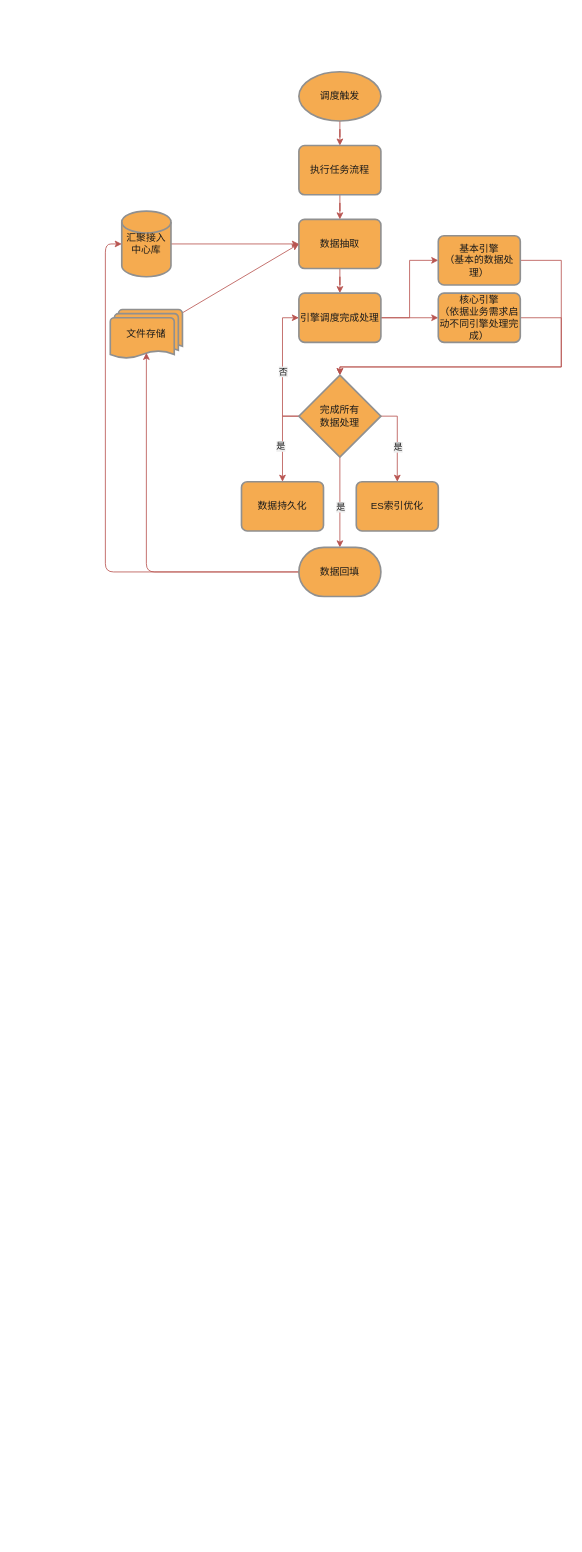
Above: zyyt/引擎工作流程图.drawio in arno-yu/diagrams (draw.io), before the change. Source tidied: cells renumbered, new cells numbered last; positions are measured from the earlier drawing's top-left corner, leaving out a move shared by most shapes. Both pictures are drawn from the tidied source at 82%, with x=0, y=0 at pixel (110, 71).
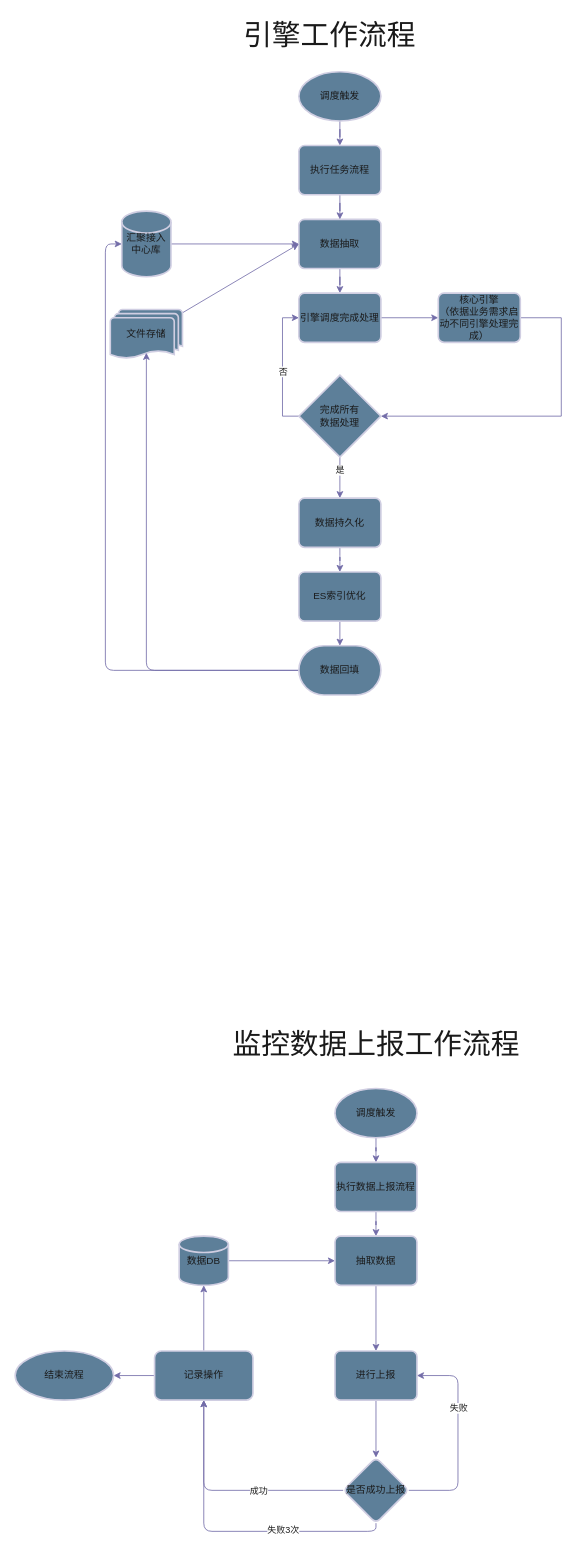
Above is the later version.

Commit message:
Update 引擎工作流程图.drawio

The edit, as a diff of the source:
```diff
@@
-    <mxCell id="2" style="edgeStyle=orthogonalEdgeStyle;rounded=0;jettySize=auto;html=1;entryX=0.5;entryY=0;entryDx=0;entryDy=0;strokeColor=#b85450;fontColor=#1A1A1A;labelBackgroundColor=#EEEEEE;gradientColor=#ea6b66;fillColor=#f8cecc;" parent="1" edge="1" source="3" target="12">
+    <mxCell id="2" style="edgeStyle=orthogonalEdgeStyle;rounded=0;jettySize=auto;html=1;entryX=0.5;entryY=0;entryDx=0;entryDy=0;strokeColor=#736CA8;fontColor=#1A1A1A;" parent="1" edge="1" source="3" target="12">
       <mxGeometry relative="1" as="geometry" />
     </mxCell>
-    <mxCell id="3" value="数据抽取" style="rounded=1;whiteSpace=wrap;html=1;absoluteArcSize=1;arcSize=14;strokeWidth=2;fillColor=#F5AB50;strokeColor=#909090;fontColor=#1A1A1A;" parent="1" vertex="1">
+    <mxCell id="3" value="数据抽取" style="rounded=1;whiteSpace=wrap;html=1;absoluteArcSize=1;arcSize=14;strokeWidth=2;fillColor=#5D7F99;strokeColor=#D0CEE2;fontColor=#1A1A1A;" parent="1" vertex="1">
       <mxGeometry x="230" y="180" width="100" height="60" as="geometry" />
     </mxCell>
-    <mxCell id="4" style="edgeStyle=none;rounded=1;sketch=0;jettySize=auto;html=1;fontColor=#1A1A1A;strokeColor=#b85450;gradientColor=#ea6b66;fillColor=#f8cecc;" parent="1" edge="1" source="5" target="3">
+    <mxCell id="4" style="edgeStyle=none;rounded=1;sketch=0;jettySize=auto;html=1;fontColor=#1A1A1A;strokeColor=#736CA8;" parent="1" edge="1" source="5" target="3">
       <mxGeometry relative="1" as="geometry" />
     </mxCell>
-    <mxCell id="5" value="汇聚接入中心库" style="strokeWidth=2;html=1;shape=mxgraph.flowchart.database;whiteSpace=wrap;fillColor=#F5AB50;strokeColor=#909090;fontColor=#1A1A1A;" parent="1" vertex="1">
+    <mxCell id="5" value="汇聚接入中心库" style="strokeWidth=2;html=1;shape=mxgraph.flowchart.database;whiteSpace=wrap;fillColor=#5D7F99;strokeColor=#D0CEE2;fontColor=#1A1A1A;" parent="1" vertex="1">
       <mxGeometry x="14" y="170" width="60" height="80" as="geometry" />
     </mxCell>
-    <mxCell id="6" style="edgeStyle=none;rounded=1;sketch=0;jettySize=auto;html=1;entryX=0;entryY=0.5;entryDx=0;entryDy=0;fontColor=#1A1A1A;strokeColor=#b85450;gradientColor=#ea6b66;fillColor=#f8cecc;" parent="1" edge="1" source="7" target="3">
+    <mxCell id="6" style="edgeStyle=none;rounded=1;sketch=0;jettySize=auto;html=1;entryX=0;entryY=0.5;entryDx=0;entryDy=0;fontColor=#1A1A1A;strokeColor=#736CA8;" parent="1" edge="1" source="7" target="3">
       <mxGeometry relative="1" as="geometry" />
     </mxCell>
-    <mxCell id="7" value="文件存储" style="strokeWidth=2;html=1;shape=mxgraph.flowchart.multi-document;whiteSpace=wrap;fillColor=#F5AB50;strokeColor=#909090;fontColor=#1A1A1A;" parent="1" vertex="1">
+    <mxCell id="7" value="文件存储" style="strokeWidth=2;html=1;shape=mxgraph.flowchart.multi-document;whiteSpace=wrap;fillColor=#5D7F99;strokeColor=#D0CEE2;fontColor=#1A1A1A;" parent="1" vertex="1">
       <mxGeometry y="290" width="88" height="60" as="geometry" />
     </mxCell>
-    <mxCell id="8" style="edgeStyle=orthogonalEdgeStyle;rounded=0;jettySize=auto;html=1;strokeColor=#b85450;fontColor=#1A1A1A;labelBackgroundColor=#EEEEEE;gradientColor=#ea6b66;fillColor=#f8cecc;" parent="1" edge="1" source="9" target="14">
+    <mxCell id="8" style="edgeStyle=orthogonalEdgeStyle;rounded=0;jettySize=auto;html=1;strokeColor=#736CA8;fontColor=#1A1A1A;" parent="1" edge="1" source="9" target="14">
       <mxGeometry relative="1" as="geometry" />
     </mxCell>
-    <mxCell id="9" value="&lt;span&gt;调度触发&lt;/span&gt;" style="strokeWidth=2;html=1;shape=mxgraph.flowchart.start_1;whiteSpace=wrap;fillColor=#F5AB50;strokeColor=#909090;fontColor=#1A1A1A;" parent="1" vertex="1">
+    <mxCell id="9" value="&lt;span&gt;调度触发&lt;/span&gt;" style="strokeWidth=2;html=1;shape=mxgraph.flowchart.start_1;whiteSpace=wrap;fillColor=#5D7F99;strokeColor=#D0CEE2;fontColor=#1A1A1A;" parent="1" vertex="1">
       <mxGeometry x="230" width="100" height="60" as="geometry" />
     </mxCell>
-    <mxCell id="10" style="edgeStyle=orthogonalEdgeStyle;rounded=0;jettySize=auto;html=1;strokeColor=#b85450;fontColor=#1A1A1A;labelBackgroundColor=#EEEEEE;gradientColor=#ea6b66;fillColor=#f8cecc;" parent="1" edge="1" source="12" target="18">
+    <mxCell id="10" style="edgeStyle=orthogonalEdgeStyle;rounded=0;jettySize=auto;html=1;strokeColor=#736CA8;fontColor=#1A1A1A;" parent="1" edge="1" source="12" target="18">
       <mxGeometry relative="1" as="geometry" />
     </mxCell>
-    <mxCell id="11" style="edgeStyle=orthogonalEdgeStyle;rounded=0;jettySize=auto;html=1;entryX=0;entryY=0.5;entryDx=0;entryDy=0;strokeColor=#b85450;fontColor=#1A1A1A;labelBackgroundColor=#EEEEEE;gradientColor=#ea6b66;fillColor=#f8cecc;" parent="1" edge="1" source="12" target="16">
-      <mxGeometry relative="1" as="geometry" />
-    </mxCell>
-    <mxCell id="12" value="引擎调度完成处理" style="rounded=1;whiteSpace=wrap;html=1;absoluteArcSize=1;arcSize=14;strokeWidth=2;fillColor=#F5AB50;strokeColor=#909090;fontColor=#1A1A1A;" parent="1" vertex="1">
+    <mxCell id="12" value="引擎调度完成处理" style="rounded=1;whiteSpace=wrap;html=1;absoluteArcSize=1;arcSize=14;strokeWidth=2;fillColor=#5D7F99;strokeColor=#D0CEE2;fontColor=#1A1A1A;" parent="1" vertex="1">
       <mxGeometry x="230" y="270" width="100" height="60" as="geometry" />
     </mxCell>
-    <mxCell id="13" style="edgeStyle=orthogonalEdgeStyle;rounded=0;jettySize=auto;html=1;strokeColor=#b85450;fontColor=#1A1A1A;labelBackgroundColor=#EEEEEE;gradientColor=#ea6b66;fillColor=#f8cecc;" parent="1" edge="1" source="14" target="3">
+    <mxCell id="13" style="edgeStyle=orthogonalEdgeStyle;rounded=0;jettySize=auto;html=1;strokeColor=#736CA8;fontColor=#1A1A1A;" parent="1" edge="1" source="14" target="3">
       <mxGeometry relative="1" as="geometry" />
     </mxCell>
-    <mxCell id="14" value="执行任务流程" style="rounded=1;whiteSpace=wrap;html=1;absoluteArcSize=1;arcSize=14;strokeWidth=2;fillColor=#F5AB50;strokeColor=#909090;fontColor=#1A1A1A;" parent="1" vertex="1">
+    <mxCell id="14" value="执行任务流程" style="rounded=1;whiteSpace=wrap;html=1;absoluteArcSize=1;arcSize=14;strokeWidth=2;fillColor=#5D7F99;strokeColor=#D0CEE2;fontColor=#1A1A1A;" parent="1" vertex="1">
       <mxGeometry x="230" y="90" width="100" height="60" as="geometry" />
     </mxCell>
-    <mxCell id="15" style="edgeStyle=orthogonalEdgeStyle;rounded=0;jettySize=auto;html=1;strokeColor=#b85450;fontColor=#1A1A1A;labelBackgroundColor=#EEEEEE;fillColor=#f8cecc;gradientColor=#ea6b66;" parent="1" edge="1" source="16" target="27">
-      <mxGeometry relative="1" as="geometry">
-        <Array as="points">
-          <mxPoint x="550" y="230" />
-          <mxPoint x="550" y="360" />
-          <mxPoint x="280" y="360" />
-        </Array>
-      </mxGeometry>
-    </mxCell>
-    <mxCell id="16" value="基本引擎&lt;br&gt;（基本的数据处理）&lt;br&gt;" style="rounded=1;whiteSpace=wrap;html=1;absoluteArcSize=1;arcSize=14;strokeWidth=2;fillColor=#F5AB50;strokeColor=#909090;fontColor=#1A1A1A;" parent="1" vertex="1">
-      <mxGeometry x="400" y="200" width="100" height="60" as="geometry" />
-    </mxCell>
-    <mxCell id="17" style="edgeStyle=orthogonalEdgeStyle;rounded=0;jettySize=auto;html=1;entryX=0.5;entryY=0;entryDx=0;entryDy=0;entryPerimeter=0;strokeColor=#b85450;fontColor=#1A1A1A;labelBackgroundColor=#EEEEEE;gradientColor=#ea6b66;fillColor=#f8cecc;" parent="1" edge="1" source="18" target="27">
+    <mxCell id="17" style="edgeStyle=orthogonalEdgeStyle;rounded=0;jettySize=auto;html=1;entryX=1;entryY=0.5;entryDx=0;entryDy=0;entryPerimeter=0;strokeColor=#736CA8;fontColor=#1A1A1A;" parent="1" edge="1" source="18" target="27">
       <mxGeometry relative="1" as="geometry">
         <Array as="points">
           <mxPoint x="550" y="300" />
-          <mxPoint x="550" y="360" />
-          <mxPoint x="280" y="360" />
+          <mxPoint x="550" y="420" />
         </Array>
       </mxGeometry>
     </mxCell>
-    <mxCell id="18" value="核心引擎&lt;br&gt;（依据业务需求启动不同引擎处理完成）&lt;br&gt;" style="rounded=1;whiteSpace=wrap;html=1;absoluteArcSize=1;arcSize=14;strokeWidth=2;fillColor=#F5AB50;strokeColor=#909090;fontColor=#1A1A1A;" parent="1" vertex="1">
+    <mxCell id="18" value="核心引擎&lt;br&gt;（依据业务需求启动不同引擎处理完成）&lt;br&gt;" style="rounded=1;whiteSpace=wrap;html=1;absoluteArcSize=1;arcSize=14;strokeWidth=2;fillColor=#5D7F99;strokeColor=#D0CEE2;fontColor=#1A1A1A;" parent="1" vertex="1">
       <mxGeometry x="400" y="270" width="100" height="60" as="geometry" />
     </mxCell>
-    <mxCell id="19" style="edgeStyle=orthogonalEdgeStyle;rounded=0;jettySize=auto;html=1;entryX=0.5;entryY=0;entryDx=0;entryDy=0;entryPerimeter=0;strokeColor=#b85450;fontColor=#1A1A1A;labelBackgroundColor=#EEEEEE;gradientColor=#ea6b66;fillColor=#f8cecc;" parent="1" edge="1" source="27" target="30">
-      <mxGeometry relative="1" as="geometry" />
-    </mxCell>
-    <mxCell id="20" value="是" style="edgeLabel;html=1;align=center;verticalAlign=middle;fontColor=#1A1A1A;labelBackgroundColor=#EEEEEE;" parent="19" vertex="1">
-      <mxGeometry x="0.09" relative="1" as="geometry" />
-    </mxCell>
-    <mxCell id="21" style="edgeStyle=orthogonalEdgeStyle;rounded=0;jettySize=auto;html=1;exitX=1;exitY=0.5;exitDx=0;exitDy=0;exitPerimeter=0;entryX=0.5;entryY=0;entryDx=0;entryDy=0;strokeColor=#b85450;fontColor=#1A1A1A;labelBackgroundColor=#EEEEEE;gradientColor=#ea6b66;fillColor=#f8cecc;" parent="1" edge="1" source="27" target="32">
-      <mxGeometry relative="1" as="geometry" />
-    </mxCell>
-    <mxCell id="22" value="是" style="edgeLabel;html=1;align=center;verticalAlign=middle;fontColor=#1A1A1A;labelBackgroundColor=#EEEEEE;" parent="21" vertex="1">
-      <mxGeometry x="0.14" relative="1" as="geometry" />
-    </mxCell>
-    <mxCell id="23" style="edgeStyle=orthogonalEdgeStyle;rounded=0;jettySize=auto;html=1;exitX=0;exitY=0.5;exitDx=0;exitDy=0;exitPerimeter=0;entryX=0.5;entryY=0;entryDx=0;entryDy=0;strokeColor=#b85450;fontColor=#1A1A1A;labelBackgroundColor=#EEEEEE;gradientColor=#ea6b66;fillColor=#f8cecc;" parent="1" edge="1" source="27" target="31">
+    <mxCell id="23" style="edgeStyle=orthogonalEdgeStyle;rounded=0;jettySize=auto;html=1;exitX=0.5;exitY=1;exitDx=0;exitDy=0;exitPerimeter=0;entryX=0.5;entryY=0;entryDx=0;entryDy=0;strokeColor=#736CA8;fontColor=#1A1A1A;" parent="1" edge="1" source="27" target="31">
       <mxGeometry relative="1" as="geometry" />
     </mxCell>
-    <mxCell id="24" value="是" style="edgeLabel;html=1;align=center;verticalAlign=middle;fontColor=#1A1A1A;labelBackgroundColor=#EEEEEE;" parent="23" vertex="1">
-      <mxGeometry x="0.12" y="-3" relative="1" as="geometry" />
-    </mxCell>
+    <mxCell id="33" value="是" style="edgeLabel;html=1;align=center;verticalAlign=middle;fontColor=#1A1A1A;" parent="23" vertex="1">
+      <mxGeometry x="-0.4" y="-1" relative="1" as="geometry" />
+    </mxCell>
-    <mxCell id="25" style="edgeStyle=orthogonalEdgeStyle;rounded=0;jettySize=auto;html=1;entryX=0;entryY=0.5;entryDx=0;entryDy=0;exitX=0;exitY=0.5;exitDx=0;exitDy=0;exitPerimeter=0;strokeColor=#b85450;fontColor=#1A1A1A;labelBackgroundColor=#EEEEEE;gradientColor=#ea6b66;fillColor=#f8cecc;" parent="1" edge="1" source="27" target="12">
+    <mxCell id="25" style="edgeStyle=orthogonalEdgeStyle;rounded=0;jettySize=auto;html=1;entryX=0;entryY=0.5;entryDx=0;entryDy=0;exitX=0;exitY=0.5;exitDx=0;exitDy=0;exitPerimeter=0;strokeColor=#736CA8;fontColor=#1A1A1A;" parent="1" edge="1" source="27" target="12">
       <mxGeometry relative="1" as="geometry" />
     </mxCell>
-    <mxCell id="26" value="否" style="edgeLabel;html=1;align=center;verticalAlign=middle;fontColor=#1A1A1A;labelBackgroundColor=#EEEEEE;" parent="25" vertex="1">
+    <mxCell id="26" value="否" style="edgeLabel;html=1;align=center;verticalAlign=middle;fontColor=#1A1A1A;" parent="25" vertex="1">
       <mxGeometry x="-0.06" relative="1" as="geometry" />
     </mxCell>
-    <mxCell id="27" value="完成所有&lt;br&gt;数据处理" style="strokeWidth=2;html=1;shape=mxgraph.flowchart.decision;whiteSpace=wrap;fillColor=#F5AB50;strokeColor=#909090;fontColor=#1A1A1A;" parent="1" vertex="1">
+    <mxCell id="27" value="完成所有&lt;br&gt;数据处理" style="strokeWidth=2;html=1;shape=mxgraph.flowchart.decision;whiteSpace=wrap;fillColor=#5D7F99;strokeColor=#D0CEE2;fontColor=#1A1A1A;" parent="1" vertex="1">
       <mxGeometry x="230" y="370" width="100" height="100" as="geometry" />
     </mxCell>
-    <mxCell id="28" style="edgeStyle=orthogonalEdgeStyle;rounded=1;sketch=0;jettySize=auto;html=1;entryX=0.5;entryY=0.88;entryDx=0;entryDy=0;entryPerimeter=0;fontColor=#1A1A1A;strokeColor=#b85450;gradientColor=#ea6b66;fillColor=#f8cecc;" parent="1" edge="1" source="30" target="7">
+    <mxCell id="28" style="edgeStyle=orthogonalEdgeStyle;rounded=1;sketch=0;jettySize=auto;html=1;entryX=0.5;entryY=0.88;entryDx=0;entryDy=0;entryPerimeter=0;fontColor=#1A1A1A;strokeColor=#736CA8;" parent="1" edge="1" source="30" target="7">
       <mxGeometry relative="1" as="geometry" />
     </mxCell>
-    <mxCell id="29" style="edgeStyle=orthogonalEdgeStyle;rounded=1;sketch=0;jettySize=auto;html=1;entryX=0;entryY=0.5;entryDx=0;entryDy=0;entryPerimeter=0;fontColor=#1A1A1A;strokeColor=#b85450;gradientColor=#ea6b66;fillColor=#f8cecc;" parent="1" edge="1" source="30" target="5">
+    <mxCell id="29" style="edgeStyle=orthogonalEdgeStyle;rounded=1;sketch=0;jettySize=auto;html=1;entryX=0;entryY=0.5;entryDx=0;entryDy=0;entryPerimeter=0;fontColor=#1A1A1A;strokeColor=#736CA8;" parent="1" edge="1" source="30" target="5">
       <mxGeometry relative="1" as="geometry" />
     </mxCell>
-    <mxCell id="30" value="数据回填" style="strokeWidth=2;html=1;shape=mxgraph.flowchart.terminator;whiteSpace=wrap;fillColor=#F5AB50;strokeColor=#909090;fontColor=#1A1A1A;" parent="1" vertex="1">
-      <mxGeometry x="230" y="580" width="100" height="60" as="geometry" />
+    <mxCell id="30" value="数据回填" style="strokeWidth=2;html=1;shape=mxgraph.flowchart.terminator;whiteSpace=wrap;fillColor=#5D7F99;strokeColor=#D0CEE2;fontColor=#1A1A1A;" parent="1" vertex="1">
+      <mxGeometry x="230" y="700" width="100" height="60" as="geometry" />
     </mxCell>
+    <mxCell id="34" style="edgeStyle=orthogonalEdgeStyle;curved=0;rounded=1;sketch=0;jettySize=auto;html=1;fontColor=#1A1A1A;strokeColor=#736CA8;" parent="1" edge="1" source="31" target="32">
+      <mxGeometry relative="1" as="geometry" />
+    </mxCell>
-    <mxCell id="31" value="数据持久化" style="rounded=1;whiteSpace=wrap;html=1;absoluteArcSize=1;arcSize=14;strokeWidth=2;fillColor=#F5AB50;strokeColor=#909090;fontColor=#1A1A1A;" parent="1" vertex="1">
-      <mxGeometry x="160" y="500" width="100" height="60" as="geometry" />
+    <mxCell id="31" value="数据持久化" style="rounded=1;whiteSpace=wrap;html=1;absoluteArcSize=1;arcSize=14;strokeWidth=2;fillColor=#5D7F99;strokeColor=#D0CEE2;fontColor=#1A1A1A;" parent="1" vertex="1">
+      <mxGeometry x="230" y="520" width="100" height="60" as="geometry" />
     </mxCell>
+    <mxCell id="35" style="edgeStyle=orthogonalEdgeStyle;curved=0;rounded=1;sketch=0;jettySize=auto;html=1;entryX=0.5;entryY=0;entryDx=0;entryDy=0;entryPerimeter=0;fontColor=#1A1A1A;strokeColor=#736CA8;exitX=0.5;exitY=1;exitDx=0;exitDy=0;" parent="1" edge="1" source="32" target="30">
+      <mxGeometry relative="1" as="geometry" />
+    </mxCell>
-    <mxCell id="32" value="ES索引优化" style="rounded=1;whiteSpace=wrap;html=1;absoluteArcSize=1;arcSize=14;strokeWidth=2;fillColor=#F5AB50;strokeColor=#909090;fontColor=#1A1A1A;" parent="1" vertex="1">
-      <mxGeometry x="300" y="500" width="100" height="60" as="geometry" />
+    <mxCell id="32" value="ES索引优化" style="rounded=1;whiteSpace=wrap;html=1;absoluteArcSize=1;arcSize=14;strokeWidth=2;fillColor=#5D7F99;strokeColor=#D0CEE2;fontColor=#1A1A1A;" parent="1" vertex="1">
+      <mxGeometry x="230" y="610" width="100" height="60" as="geometry" />
     </mxCell>
+    <mxCell id="36" style="edgeStyle=orthogonalEdgeStyle;curved=0;rounded=1;sketch=0;jettySize=auto;html=1;fontColor=#1A1A1A;strokeColor=#736CA8;" parent="1" edge="1" source="37" target="39">
+      <mxGeometry relative="1" as="geometry" />
+    </mxCell>
+    <mxCell id="37" value="调度触发" style="strokeWidth=2;html=1;shape=mxgraph.flowchart.start_1;whiteSpace=wrap;fillColor=#5D7F99;strokeColor=#D0CEE2;fontColor=#1A1A1A;" parent="1" vertex="1">
+      <mxGeometry x="274" y="1240" width="100" height="60" as="geometry" />
+    </mxCell>
+    <mxCell id="38" style="edgeStyle=orthogonalEdgeStyle;curved=0;rounded=1;sketch=0;jettySize=auto;html=1;fontColor=#1A1A1A;strokeColor=#736CA8;" parent="1" edge="1" source="39" target="43">
+      <mxGeometry relative="1" as="geometry" />
+    </mxCell>
+    <mxCell id="39" value="执行数据上报流程" style="rounded=1;whiteSpace=wrap;html=1;absoluteArcSize=1;arcSize=14;strokeWidth=2;fillColor=#5D7F99;strokeColor=#D0CEE2;fontColor=#1A1A1A;" parent="1" vertex="1">
+      <mxGeometry x="274" y="1330" width="100" height="60" as="geometry" />
+    </mxCell>
+    <mxCell id="40" style="edgeStyle=orthogonalEdgeStyle;curved=0;rounded=1;sketch=0;jettySize=auto;html=1;fontColor=#1A1A1A;strokeColor=#736CA8;" parent="1" edge="1" source="41" target="43">
+      <mxGeometry relative="1" as="geometry" />
+    </mxCell>
+    <mxCell id="41" value="数据DB" style="strokeWidth=2;html=1;shape=mxgraph.flowchart.database;whiteSpace=wrap;fillColor=#5D7F99;strokeColor=#D0CEE2;fontColor=#1A1A1A;" parent="1" vertex="1">
+      <mxGeometry x="84" y="1420" width="60" height="60" as="geometry" />
+    </mxCell>
+    <mxCell id="42" style="edgeStyle=orthogonalEdgeStyle;curved=0;rounded=1;sketch=0;jettySize=auto;html=1;fontColor=#1A1A1A;strokeColor=#736CA8;" parent="1" edge="1" source="43" target="45">
+      <mxGeometry relative="1" as="geometry" />
+    </mxCell>
+    <mxCell id="43" value="抽取数据" style="rounded=1;whiteSpace=wrap;html=1;absoluteArcSize=1;arcSize=14;strokeWidth=2;fillColor=#5D7F99;strokeColor=#D0CEE2;fontColor=#1A1A1A;" parent="1" vertex="1">
+      <mxGeometry x="274" y="1420" width="100" height="60" as="geometry" />
+    </mxCell>
+    <mxCell id="44" style="edgeStyle=orthogonalEdgeStyle;curved=0;rounded=1;sketch=0;jettySize=auto;html=1;fontColor=#1A1A1A;strokeColor=#736CA8;" parent="1" edge="1" source="45" target="52">
+      <mxGeometry relative="1" as="geometry" />
+    </mxCell>
+    <mxCell id="45" value="进行上报" style="rounded=1;whiteSpace=wrap;html=1;absoluteArcSize=1;arcSize=14;strokeWidth=2;fillColor=#5D7F99;strokeColor=#D0CEE2;fontColor=#1A1A1A;" parent="1" vertex="1">
+      <mxGeometry x="274" y="1560" width="100" height="60" as="geometry" />
+    </mxCell>
+    <mxCell id="46" style="edgeStyle=orthogonalEdgeStyle;curved=0;rounded=1;sketch=0;jettySize=auto;html=1;fontColor=#1A1A1A;strokeColor=#736CA8;entryX=0.5;entryY=1;entryDx=0;entryDy=0;" parent="1" edge="1" source="52" target="55">
+      <mxGeometry relative="1" as="geometry" />
+    </mxCell>
+    <mxCell id="47" value="成功" style="edgeLabel;html=1;align=center;verticalAlign=middle;fontColor=#1A1A1A;" parent="46" vertex="1">
+      <mxGeometry x="-0.26" relative="1" as="geometry" />
+    </mxCell>
+    <mxCell id="48" style="edgeStyle=orthogonalEdgeStyle;curved=0;rounded=1;sketch=0;jettySize=auto;html=1;fontColor=#1A1A1A;strokeColor=#736CA8;exitX=1;exitY=0.5;exitDx=0;exitDy=0;" parent="1" edge="1" source="52">
+      <mxGeometry relative="1" as="geometry">
+        <mxPoint x="374" y="1590" as="targetPoint" />
+        <Array as="points">
+          <mxPoint x="424" y="1730" />
+          <mxPoint x="424" y="1590" />
+        </Array>
+      </mxGeometry>
+    </mxCell>
+    <mxCell id="49" value="失败" style="edgeLabel;html=1;align=center;verticalAlign=middle;fontColor=#1A1A1A;" parent="48" vertex="1">
+      <mxGeometry x="0.29" relative="1" as="geometry" />
+    </mxCell>
+    <mxCell id="50" style="edgeStyle=orthogonalEdgeStyle;curved=0;rounded=1;sketch=0;jettySize=auto;html=1;fontColor=#1A1A1A;strokeColor=#736CA8;entryX=0.5;entryY=1;entryDx=0;entryDy=0;" parent="1" edge="1" source="52" target="55">
+      <mxGeometry relative="1" as="geometry">
+        <Array as="points">
+          <mxPoint x="324" y="1780" />
+          <mxPoint x="114" y="1780" />
+        </Array>
+      </mxGeometry>
+    </mxCell>
+    <mxCell id="51" value="失败3次" style="edgeLabel;html=1;align=center;verticalAlign=middle;fontColor=#1A1A1A;" parent="50" vertex="1">
+      <mxGeometry x="-0.35" y="-3" relative="1" as="geometry" />
+    </mxCell>
+    <mxCell id="52" value="是否成功上报" style="rhombus;whiteSpace=wrap;html=1;rounded=1;fontColor=#1A1A1A;strokeColor=#D0CEE2;strokeWidth=2;fillColor=#5D7F99;arcSize=14;" parent="1" vertex="1">
+      <mxGeometry x="284" y="1690" width="80" height="80" as="geometry" />
+    </mxCell>
+    <mxCell id="53" style="edgeStyle=orthogonalEdgeStyle;curved=0;rounded=1;sketch=0;jettySize=auto;html=1;fontColor=#1A1A1A;strokeColor=#736CA8;" parent="1" edge="1" source="55" target="56">
+      <mxGeometry relative="1" as="geometry" />
+    </mxCell>
+    <mxCell id="54" style="edgeStyle=orthogonalEdgeStyle;curved=0;rounded=1;sketch=0;jettySize=auto;html=1;fontColor=#1A1A1A;strokeColor=#736CA8;" parent="1" edge="1" source="55" target="41">
+      <mxGeometry relative="1" as="geometry" />
+    </mxCell>
+    <mxCell id="55" value="记录操作" style="whiteSpace=wrap;html=1;rounded=1;fontColor=#1A1A1A;strokeColor=#D0CEE2;strokeWidth=2;fillColor=#5D7F99;arcSize=14;" parent="1" vertex="1">
+      <mxGeometry x="54" y="1560" width="120" height="60" as="geometry" />
+    </mxCell>
+    <mxCell id="56" value="结束流程" style="ellipse;whiteSpace=wrap;html=1;rounded=1;fontColor=#1A1A1A;strokeColor=#D0CEE2;strokeWidth=2;fillColor=#5D7F99;arcSize=14;" parent="1" vertex="1">
+      <mxGeometry x="-116" y="1560" width="120" height="60" as="geometry" />
+    </mxCell>
+    <mxCell id="57" value="监控数据上报工作流程" style="text;html=1;align=center;verticalAlign=middle;strokeColor=none;fontColor=#1A1A1A;fontSize=35;" parent="1" vertex="1">
+      <mxGeometry x="139" y="1160" width="370" height="50" as="geometry" />
+    </mxCell>
+    <mxCell id="58" value="引擎工作流程" style="text;html=1;align=center;verticalAlign=middle;strokeColor=none;fontColor=#1A1A1A;fontSize=35;" parent="1" vertex="1">
+      <mxGeometry x="152" y="-70" width="230" height="50" as="geometry" />
+    </mxCell>
```
